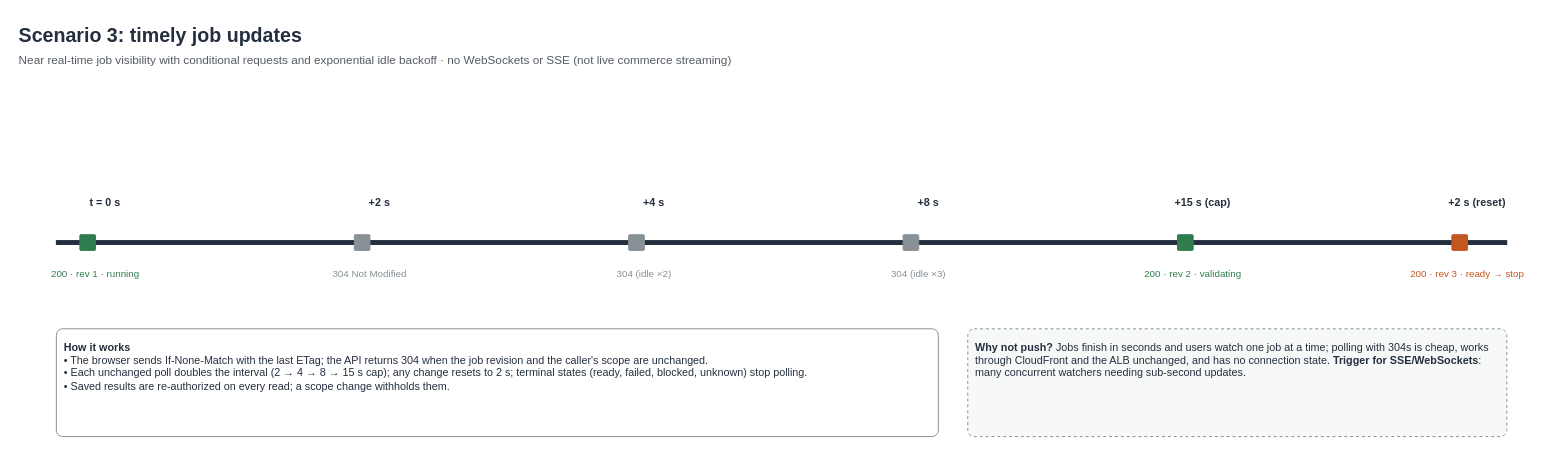
Before: docs/diagrams/polling-backoff.drawio in abh2050/ontology-ops, a draw.io diagram. Source tidied: cells renumbered, new cells numbered last; positions are measured from the earlier drawing's top-left corner, leaving out a move shared by most shapes. Both pictures are drawn from the tidied source at 98%, with x=0, y=0 at pixel (17, 17).
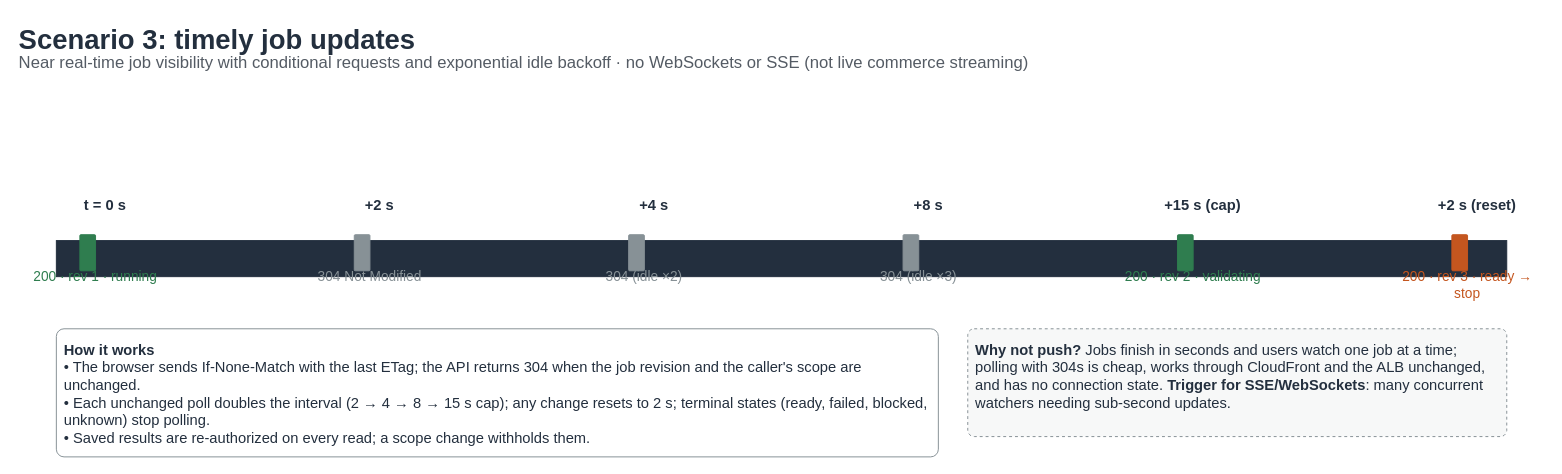
Above is the later version.

What changed in the source:
```diff
@@
-    <mxCell id="2" value="&lt;b&gt;Scenario 3: timely job updates&lt;/b&gt;" style="text;html=1;align=left;verticalAlign=top;whiteSpace=wrap;fontSize=20;fontColor=#232F3E;fontStyle=0;" parent="1" vertex="1">
+    <mxCell id="2" value="&lt;b&gt;Scenario 3: timely job updates&lt;/b&gt;" style="text;html=1;align=left;verticalAlign=top;whiteSpace=wrap;fontSize=28;fontColor=#232F3E;fontStyle=0;" parent="1" vertex="1">
       <mxGeometry width="1560" height="30" as="geometry" />
     </mxCell>
-    <mxCell id="3" value="Near real-time job visibility with conditional requests and exponential idle backoff · no WebSockets or SSE (not live commerce streaming)" style="text;html=1;align=left;verticalAlign=top;whiteSpace=wrap;fontSize=12;fontColor=#545B64;fontStyle=0;" parent="1" vertex="1">
+    <mxCell id="3" value="Near real-time job visibility with conditional requests and exponential idle backoff · no WebSockets or SSE (not live commerce streaming)" style="text;html=1;align=left;verticalAlign=top;whiteSpace=wrap;fontSize=17;fontColor=#545B64;fontStyle=0;" parent="1" vertex="1">
       <mxGeometry y="30" width="1560" height="22" as="geometry" />
     </mxCell>
-    <mxCell id="4" style="rounded=0;arcSize=6;whiteSpace=wrap;html=1;strokeColor=#232F3E;fillColor=#232F3E;fontColor=#232F3E;dashed=0;fontSize=11;align=left;verticalAlign=top;spacing=8;fontStyle=0;" parent="1" vertex="1">
-      <mxGeometry x="40" y="228" width="1480" height="4" as="geometry" />
+    <mxCell id="4" style="rounded=0;arcSize=6;whiteSpace=wrap;html=1;strokeColor=#232F3E;fillColor=#232F3E;fontColor=#232F3E;dashed=0;fontSize=15;align=left;verticalAlign=top;spacing=8;fontStyle=0;" parent="1" vertex="1">
+      <mxGeometry x="40" y="228" width="1480" height="36.8" as="geometry" />
     </mxCell>
-    <mxCell id="5" style="rounded=1;arcSize=6;whiteSpace=wrap;html=1;strokeColor=#2F7D4F;fillColor=#2F7D4F;fontColor=#232F3E;dashed=0;fontSize=11;align=left;verticalAlign=top;spacing=8;fontStyle=0;" parent="1" vertex="1">
-      <mxGeometry x="64" y="222" width="16" height="16" as="geometry" />
+    <mxCell id="5" style="rounded=1;arcSize=6;whiteSpace=wrap;html=1;strokeColor=#2F7D4F;fillColor=#2F7D4F;fontColor=#232F3E;dashed=0;fontSize=15;align=left;verticalAlign=top;spacing=8;fontStyle=0;" parent="1" vertex="1">
+      <mxGeometry x="64" y="222" width="16" height="36.8" as="geometry" />
     </mxCell>
-    <mxCell id="6" value="&lt;b&gt;t = 0 s&lt;/b&gt;" style="text;html=1;align=center;verticalAlign=top;whiteSpace=wrap;fontSize=11;fontColor=#232F3E;fontStyle=0;" parent="1" vertex="1">
+    <mxCell id="6" value="&lt;b&gt;t = 0 s&lt;/b&gt;" style="text;html=1;align=center;verticalAlign=top;whiteSpace=wrap;fontSize=15;fontColor=#232F3E;fontStyle=0;" parent="1" vertex="1">
       <mxGeometry x="30" y="176" width="120" height="20" as="geometry" />
     </mxCell>
-    <mxCell id="7" value="200 · rev 1 · running" style="text;html=1;align=center;verticalAlign=top;whiteSpace=wrap;fontSize=10;fontColor=#2F7D4F;fontStyle=0;" parent="1" vertex="1">
+    <mxCell id="7" value="200 · rev 1 · running" style="text;html=1;align=center;verticalAlign=top;whiteSpace=wrap;fontSize=14;fontColor=#2F7D4F;fontStyle=0;" parent="1" vertex="1">
       <mxGeometry y="250" width="160" height="40" as="geometry" />
     </mxCell>
-    <mxCell id="8" style="rounded=1;arcSize=6;whiteSpace=wrap;html=1;strokeColor=#879196;fillColor=#879196;fontColor=#232F3E;dashed=0;fontSize=11;align=left;verticalAlign=top;spacing=8;fontStyle=0;" parent="1" vertex="1">
-      <mxGeometry x="344" y="222" width="16" height="16" as="geometry" />
+    <mxCell id="8" style="rounded=1;arcSize=6;whiteSpace=wrap;html=1;strokeColor=#879196;fillColor=#879196;fontColor=#232F3E;dashed=0;fontSize=15;align=left;verticalAlign=top;spacing=8;fontStyle=0;" parent="1" vertex="1">
+      <mxGeometry x="344" y="222" width="16" height="36.8" as="geometry" />
     </mxCell>
-    <mxCell id="9" value="&lt;b&gt;+2 s&lt;/b&gt;" style="text;html=1;align=center;verticalAlign=top;whiteSpace=wrap;fontSize=11;fontColor=#232F3E;fontStyle=0;" parent="1" vertex="1">
+    <mxCell id="9" value="&lt;b&gt;+2 s&lt;/b&gt;" style="text;html=1;align=center;verticalAlign=top;whiteSpace=wrap;fontSize=15;fontColor=#232F3E;fontStyle=0;" parent="1" vertex="1">
       <mxGeometry x="310" y="176" width="120" height="20" as="geometry" />
     </mxCell>
-    <mxCell id="10" value="304 Not Modified" style="text;html=1;align=center;verticalAlign=top;whiteSpace=wrap;fontSize=10;fontColor=#879196;fontStyle=0;" parent="1" vertex="1">
+    <mxCell id="10" value="304 Not Modified" style="text;html=1;align=center;verticalAlign=top;whiteSpace=wrap;fontSize=14;fontColor=#879196;fontStyle=0;" parent="1" vertex="1">
       <mxGeometry x="280" y="250" width="160" height="40" as="geometry" />
     </mxCell>
-    <mxCell id="11" style="rounded=1;arcSize=6;whiteSpace=wrap;html=1;strokeColor=#879196;fillColor=#879196;fontColor=#232F3E;dashed=0;fontSize=11;align=left;verticalAlign=top;spacing=8;fontStyle=0;" parent="1" vertex="1">
-      <mxGeometry x="624" y="222" width="16" height="16" as="geometry" />
+    <mxCell id="11" style="rounded=1;arcSize=6;whiteSpace=wrap;html=1;strokeColor=#879196;fillColor=#879196;fontColor=#232F3E;dashed=0;fontSize=15;align=left;verticalAlign=top;spacing=8;fontStyle=0;" parent="1" vertex="1">
+      <mxGeometry x="624" y="222" width="16" height="36.8" as="geometry" />
     </mxCell>
-    <mxCell id="12" value="&lt;b&gt;+4 s&lt;/b&gt;" style="text;html=1;align=center;verticalAlign=top;whiteSpace=wrap;fontSize=11;fontColor=#232F3E;fontStyle=0;" parent="1" vertex="1">
+    <mxCell id="12" value="&lt;b&gt;+4 s&lt;/b&gt;" style="text;html=1;align=center;verticalAlign=top;whiteSpace=wrap;fontSize=15;fontColor=#232F3E;fontStyle=0;" parent="1" vertex="1">
       <mxGeometry x="590" y="176" width="120" height="20" as="geometry" />
     </mxCell>
-    <mxCell id="13" value="304 (idle ×2)" style="text;html=1;align=center;verticalAlign=top;whiteSpace=wrap;fontSize=10;fontColor=#879196;fontStyle=0;" parent="1" vertex="1">
+    <mxCell id="13" value="304 (idle ×2)" style="text;html=1;align=center;verticalAlign=top;whiteSpace=wrap;fontSize=14;fontColor=#879196;fontStyle=0;" parent="1" vertex="1">
       <mxGeometry x="560" y="250" width="160" height="40" as="geometry" />
     </mxCell>
-    <mxCell id="14" style="rounded=1;arcSize=6;whiteSpace=wrap;html=1;strokeColor=#879196;fillColor=#879196;fontColor=#232F3E;dashed=0;fontSize=11;align=left;verticalAlign=top;spacing=8;fontStyle=0;" parent="1" vertex="1">
-      <mxGeometry x="904" y="222" width="16" height="16" as="geometry" />
+    <mxCell id="14" style="rounded=1;arcSize=6;whiteSpace=wrap;html=1;strokeColor=#879196;fillColor=#879196;fontColor=#232F3E;dashed=0;fontSize=15;align=left;verticalAlign=top;spacing=8;fontStyle=0;" parent="1" vertex="1">
+      <mxGeometry x="904" y="222" width="16" height="36.8" as="geometry" />
     </mxCell>
-    <mxCell id="15" value="&lt;b&gt;+8 s&lt;/b&gt;" style="text;html=1;align=center;verticalAlign=top;whiteSpace=wrap;fontSize=11;fontColor=#232F3E;fontStyle=0;" parent="1" vertex="1">
+    <mxCell id="15" value="&lt;b&gt;+8 s&lt;/b&gt;" style="text;html=1;align=center;verticalAlign=top;whiteSpace=wrap;fontSize=15;fontColor=#232F3E;fontStyle=0;" parent="1" vertex="1">
       <mxGeometry x="870" y="176" width="120" height="20" as="geometry" />
     </mxCell>
-    <mxCell id="16" value="304 (idle ×3)" style="text;html=1;align=center;verticalAlign=top;whiteSpace=wrap;fontSize=10;fontColor=#879196;fontStyle=0;" parent="1" vertex="1">
+    <mxCell id="16" value="304 (idle ×3)" style="text;html=1;align=center;verticalAlign=top;whiteSpace=wrap;fontSize=14;fontColor=#879196;fontStyle=0;" parent="1" vertex="1">
       <mxGeometry x="840" y="250" width="160" height="40" as="geometry" />
     </mxCell>
-    <mxCell id="17" style="rounded=1;arcSize=6;whiteSpace=wrap;html=1;strokeColor=#2F7D4F;fillColor=#2F7D4F;fontColor=#232F3E;dashed=0;fontSize=11;align=left;verticalAlign=top;spacing=8;fontStyle=0;" parent="1" vertex="1">
-      <mxGeometry x="1184" y="222" width="16" height="16" as="geometry" />
+    <mxCell id="17" style="rounded=1;arcSize=6;whiteSpace=wrap;html=1;strokeColor=#2F7D4F;fillColor=#2F7D4F;fontColor=#232F3E;dashed=0;fontSize=15;align=left;verticalAlign=top;spacing=8;fontStyle=0;" parent="1" vertex="1">
+      <mxGeometry x="1184" y="222" width="16" height="36.8" as="geometry" />
     </mxCell>
-    <mxCell id="18" value="&lt;b&gt;+15 s (cap)&lt;/b&gt;" style="text;html=1;align=center;verticalAlign=top;whiteSpace=wrap;fontSize=11;fontColor=#232F3E;fontStyle=0;" parent="1" vertex="1">
+    <mxCell id="18" value="&lt;b&gt;+15 s (cap)&lt;/b&gt;" style="text;html=1;align=center;verticalAlign=top;whiteSpace=wrap;fontSize=15;fontColor=#232F3E;fontStyle=0;" parent="1" vertex="1">
       <mxGeometry x="1150" y="176" width="120" height="20" as="geometry" />
     </mxCell>
-    <mxCell id="19" value="200 · rev 2 · validating" style="text;html=1;align=center;verticalAlign=top;whiteSpace=wrap;fontSize=10;fontColor=#2F7D4F;fontStyle=0;" parent="1" vertex="1">
+    <mxCell id="19" value="200 · rev 2 · validating" style="text;html=1;align=center;verticalAlign=top;whiteSpace=wrap;fontSize=14;fontColor=#2F7D4F;fontStyle=0;" parent="1" vertex="1">
       <mxGeometry x="1120" y="250" width="160" height="40" as="geometry" />
     </mxCell>
-    <mxCell id="20" style="rounded=1;arcSize=6;whiteSpace=wrap;html=1;strokeColor=#C4561F;fillColor=#C4561F;fontColor=#232F3E;dashed=0;fontSize=11;align=left;verticalAlign=top;spacing=8;fontStyle=0;" parent="1" vertex="1">
-      <mxGeometry x="1464" y="222" width="16" height="16" as="geometry" />
+    <mxCell id="20" style="rounded=1;arcSize=6;whiteSpace=wrap;html=1;strokeColor=#C4561F;fillColor=#C4561F;fontColor=#232F3E;dashed=0;fontSize=15;align=left;verticalAlign=top;spacing=8;fontStyle=0;" parent="1" vertex="1">
+      <mxGeometry x="1464" y="222" width="16" height="36.8" as="geometry" />
     </mxCell>
-    <mxCell id="21" value="&lt;b&gt;+2 s (reset)&lt;/b&gt;" style="text;html=1;align=center;verticalAlign=top;whiteSpace=wrap;fontSize=11;fontColor=#232F3E;fontStyle=0;" parent="1" vertex="1">
+    <mxCell id="21" value="&lt;b&gt;+2 s (reset)&lt;/b&gt;" style="text;html=1;align=center;verticalAlign=top;whiteSpace=wrap;fontSize=15;fontColor=#232F3E;fontStyle=0;" parent="1" vertex="1">
       <mxGeometry x="1430" y="176" width="120" height="20" as="geometry" />
     </mxCell>
-    <mxCell id="22" value="200 · rev 3 · ready → stop" style="text;html=1;align=center;verticalAlign=top;whiteSpace=wrap;fontSize=10;fontColor=#C4561F;fontStyle=0;" parent="1" vertex="1">
+    <mxCell id="22" value="200 · rev 3 · ready → stop" style="text;html=1;align=center;verticalAlign=top;whiteSpace=wrap;fontSize=14;fontColor=#C4561F;fontStyle=0;" parent="1" vertex="1">
       <mxGeometry x="1400" y="250" width="160" height="40" as="geometry" />
     </mxCell>
-    <mxCell id="23" value="&lt;b&gt;How it works&lt;/b&gt;&lt;br&gt;• The browser sends If-None-Match with the last ETag; the API returns 304 when the job revision and the caller's scope are unchanged.&lt;br&gt;• Each unchanged poll doubles the interval (2 → 4 → 8 → 15 s cap); any change resets to 2 s; terminal states (ready, failed, blocked, unknown) stop polling.&lt;br&gt;• Saved results are re-authorized on every read; a scope change withholds them." style="rounded=1;arcSize=6;whiteSpace=wrap;html=1;strokeColor=#879196;fillColor=#FFFFFF;fontColor=#232F3E;dashed=0;fontSize=11;align=left;verticalAlign=top;spacing=8;fontStyle=0;" parent="1" vertex="1">
-      <mxGeometry x="40" y="318" width="900" height="110" as="geometry" />
+    <mxCell id="23" value="&lt;b&gt;How it works&lt;/b&gt;&lt;br&gt;• The browser sends If-None-Match with the last ETag; the API returns 304 when the job revision and the caller's scope are unchanged.&lt;br&gt;• Each unchanged poll doubles the interval (2 → 4 → 8 → 15 s cap); any change resets to 2 s; terminal states (ready, failed, blocked, unknown) stop polling.&lt;br&gt;• Saved results are re-authorized on every read; a scope change withholds them." style="rounded=1;arcSize=6;whiteSpace=wrap;html=1;strokeColor=#879196;fillColor=#FFFFFF;fontColor=#232F3E;dashed=0;fontSize=15;align=left;verticalAlign=top;spacing=8;fontStyle=0;" parent="1" vertex="1">
+      <mxGeometry x="40" y="318" width="900" height="130.7" as="geometry" />
     </mxCell>
-    <mxCell id="24" value="&lt;b&gt;Why not push?&lt;/b&gt; Jobs finish in seconds and users watch one job at a time; polling with 304s is cheap, works through CloudFront and the ALB unchanged, and has no connection state. &lt;b&gt;Trigger for SSE/WebSockets&lt;/b&gt;: many concurrent watchers needing sub-second updates." style="rounded=1;arcSize=6;whiteSpace=wrap;html=1;strokeColor=#879196;fillColor=#F7F8F8;fontColor=#232F3E;dashed=1;fontSize=11;align=left;verticalAlign=top;spacing=8;fontStyle=0;" parent="1" vertex="1">
+    <mxCell id="24" value="&lt;b&gt;Why not push?&lt;/b&gt; Jobs finish in seconds and users watch one job at a time; polling with 304s is cheap, works through CloudFront and the ALB unchanged, and has no connection state. &lt;b&gt;Trigger for SSE/WebSockets&lt;/b&gt;: many concurrent watchers needing sub-second updates." style="rounded=1;arcSize=6;whiteSpace=wrap;html=1;strokeColor=#879196;fillColor=#F7F8F8;fontColor=#232F3E;dashed=1;fontSize=15;align=left;verticalAlign=top;spacing=8;fontStyle=0;" parent="1" vertex="1">
       <mxGeometry x="970" y="318" width="550" height="110" as="geometry" />
     </mxCell>
```
